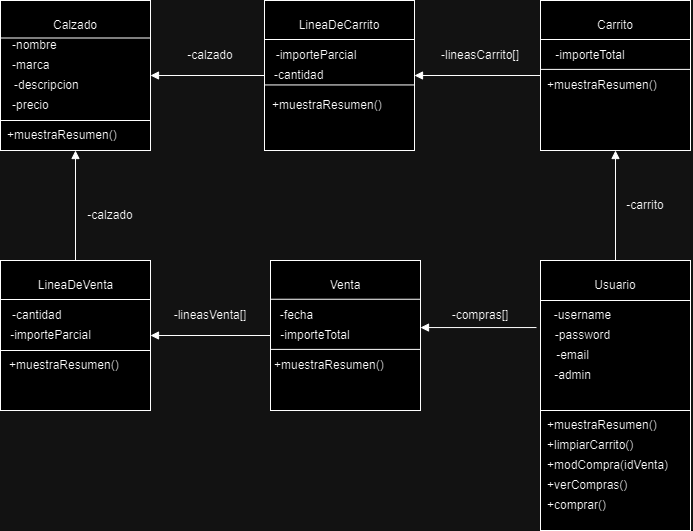
Before: TAD 3.2 UML.drawio.png, a diagram exported from draw.io (Miguesg95/ProyectoTAD3.2). Source tidied: cells renumbered, new cells last; positions are measured from the earlier drawing's top-left corner, leaving out a move shared by most shapes.
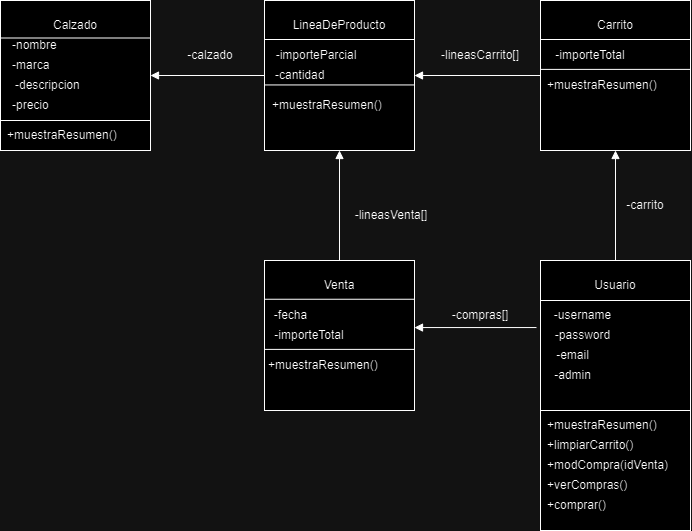
Above is the later version.

What changed in the source:
```diff
@@ -20,7 +20,7 @@
     <mxCell id="7" value="Carrito" style="text;html=1;align=center;verticalAlign=middle;whiteSpace=wrap;rounded=0;" parent="1" vertex="1">
       <mxGeometry x="585" y="10" width="60" height="30" as="geometry" />
     </mxCell>
-    <mxCell id="8" value="LineaDeCarrito" style="text;html=1;align=center;verticalAlign=middle;whiteSpace=wrap;rounded=0;" parent="1" vertex="1">
+    <mxCell id="8" value="LineaDeProducto" style="text;html=1;align=center;verticalAlign=middle;whiteSpace=wrap;rounded=0;" parent="1" vertex="1">
       <mxGeometry x="289" y="10" width="100" height="30" as="geometry" />
     </mxCell>
     <mxCell id="9" style="endArrow=none;html=1;rounded=0;entryX=0;entryY=0.5;entryDx=0;entryDy=0;exitX=1;exitY=0.5;exitDx=0;exitDy=0;startArrow=block;startFill=1;endFill=0;" parent="1" edge="1" source="5" target="6">
@@ -59,37 +59,22 @@
     <mxCell id="18" value="-cantidad" style="text;html=1;align=left;verticalAlign=middle;whiteSpace=wrap;rounded=0;" parent="1" vertex="1">
       <mxGeometry x="272.5" y="60" width="60" height="30" as="geometry" />
     </mxCell>
-    <mxCell id="19" style="whiteSpace=wrap;html=1;" parent="1" vertex="1">
-      <mxGeometry y="260" width="150" height="150" as="geometry" />
-    </mxCell>
     <mxCell id="20" style="whiteSpace=wrap;html=1;" parent="1" vertex="1">
-      <mxGeometry x="270" y="260" width="150" height="150" as="geometry" />
+      <mxGeometry x="264" y="260" width="150" height="150" as="geometry" />
     </mxCell>
     <mxCell id="21" value="Venta" style="text;html=1;align=center;verticalAlign=middle;whiteSpace=wrap;rounded=0;" parent="1" vertex="1">
-      <mxGeometry x="315" y="270" width="60" height="30" as="geometry" />
+      <mxGeometry x="309" y="270" width="60" height="30" as="geometry" />
     </mxCell>
-    <mxCell id="22" value="LineaDeVenta" style="text;html=1;align=center;verticalAlign=middle;whiteSpace=wrap;rounded=0;" parent="1" vertex="1">
-      <mxGeometry x="27.5" y="270" width="95" height="30" as="geometry" />
-    </mxCell>
     <mxCell id="23" style="endArrow=none;html=1;rounded=0;exitX=0;exitY=0.25;exitDx=0;exitDy=0;entryX=1;entryY=0.25;entryDx=0;entryDy=0;" parent="1" edge="1">
       <mxGeometry relative="1" as="geometry">
         <mxPoint x="540" y="300" as="sourcePoint" />
         <mxPoint x="690" y="300" as="targetPoint" />
       </mxGeometry>
     </mxCell>
-    <mxCell id="24" style="endArrow=none;html=1;rounded=0;exitX=0;exitY=0.25;exitDx=0;exitDy=0;entryX=1;entryY=0.25;entryDx=0;entryDy=0;" parent="1" edge="1">
-      <mxGeometry relative="1" as="geometry">
-        <mxPoint y="299" as="sourcePoint" />
-        <mxPoint x="150" y="299" as="targetPoint" />
-      </mxGeometry>
-    </mxCell>
     <mxCell id="25" value="-fecha" style="text;html=1;align=center;verticalAlign=middle;whiteSpace=wrap;rounded=0;" parent="1" vertex="1">
-      <mxGeometry x="264" y="300" width="65" height="30" as="geometry" />
+      <mxGeometry x="258" y="300" width="65" height="30" as="geometry" />
     </mxCell>
-    <mxCell id="26" style="endArrow=block;html=1;rounded=0;exitX=0.5;exitY=0;exitDx=0;exitDy=0;entryX=0.5;entryY=1;entryDx=0;entryDy=0;startArrow=none;startFill=0;endFill=1;" parent="1" edge="1" source="19" target="3">
-      <mxGeometry relative="1" as="geometry" />
-    </mxCell>
-    <mxCell id="27" style="endArrow=block;html=1;rounded=0;entryX=1;entryY=0.5;entryDx=0;entryDy=0;exitX=0;exitY=0.5;exitDx=0;exitDy=0;startArrow=none;startFill=0;endFill=1;" parent="1" edge="1" source="20" target="19">
+    <mxCell id="27" style="endArrow=block;html=1;rounded=0;entryX=0.5;entryY=1;entryDx=0;entryDy=0;exitX=0.5;exitY=0;exitDx=0;exitDy=0;startArrow=none;startFill=0;endFill=1;" parent="1" edge="1" source="20" target="5">
       <mxGeometry relative="1" as="geometry" />
     </mxCell>
     <mxCell id="28" value="-calzado" style="text;html=1;align=center;verticalAlign=middle;whiteSpace=wrap;rounded=0;" parent="1" vertex="1">
@@ -109,12 +94,12 @@
     </mxCell>
     <mxCell id="33" style="endArrow=none;html=1;rounded=0;exitX=0;exitY=0.25;exitDx=0;exitDy=0;entryX=1;entryY=0.25;entryDx=0;entryDy=0;" parent="1" edge="1">
       <mxGeometry relative="1" as="geometry">
-        <mxPoint x="270" y="298.8" as="sourcePoint" />
-        <mxPoint x="420" y="298.8" as="targetPoint" />
+        <mxPoint x="264" y="298.8" as="sourcePoint" />
+        <mxPoint x="414" y="298.8" as="targetPoint" />
       </mxGeometry>
     </mxCell>
     <mxCell id="34" value="-lineasVenta[]" style="text;html=1;align=center;verticalAlign=middle;whiteSpace=wrap;rounded=0;" parent="1" vertex="1">
-      <mxGeometry x="170" y="300" width="80" height="30" as="geometry" />
+      <mxGeometry x="350.5" y="200" width="80" height="30" as="geometry" />
     </mxCell>
     <mxCell id="35" value="-username" style="text;html=1;align=center;verticalAlign=middle;whiteSpace=wrap;rounded=0;" parent="1" vertex="1">
       <mxGeometry x="550" y="300" width="65" height="30" as="geometry" />
@@ -125,9 +110,6 @@
     <mxCell id="37" value="-compras[]" style="text;html=1;align=center;verticalAlign=middle;whiteSpace=wrap;rounded=0;" parent="1" vertex="1">
       <mxGeometry x="450" y="300" width="60" height="30" as="geometry" />
     </mxCell>
-    <mxCell id="38" value="-calzado" style="text;html=1;align=center;verticalAlign=middle;whiteSpace=wrap;rounded=0;" parent="1" vertex="1">
-      <mxGeometry x="80" y="200" width="60" height="30" as="geometry" />
-    </mxCell>
     <mxCell id="39" value="-password" style="text;html=1;align=center;verticalAlign=middle;whiteSpace=wrap;rounded=0;" parent="1" vertex="1">
       <mxGeometry x="550" y="320" width="65" height="30" as="geometry" />
     </mxCell>
@@ -138,30 +120,15 @@
       <mxGeometry x="540" y="360" width="65" height="30" as="geometry" />
     </mxCell>
     <mxCell id="42" value="-importeTotal" style="text;html=1;align=center;verticalAlign=middle;whiteSpace=wrap;rounded=0;" parent="1" vertex="1">
-      <mxGeometry x="270" y="320" width="90" height="30" as="geometry" />
+      <mxGeometry x="264" y="320" width="90" height="30" as="geometry" />
     </mxCell>
-    <mxCell id="43" value="-cantidad" style="text;html=1;align=left;verticalAlign=middle;whiteSpace=wrap;rounded=0;" parent="1" vertex="1">
-      <mxGeometry x="10" y="300" width="65" height="30" as="geometry" />
-    </mxCell>
-    <mxCell id="44" value="-importeParcial" style="text;html=1;align=center;verticalAlign=middle;whiteSpace=wrap;rounded=0;" parent="1" vertex="1">
-      <mxGeometry x="7.5" y="320" width="85" height="30" as="geometry" />
-    </mxCell>
     <mxCell id="45" value="-descripcion" style="text;html=1;align=left;verticalAlign=middle;whiteSpace=wrap;rounded=0;" parent="1" vertex="1">
       <mxGeometry x="12.5" y="70" width="80" height="30" as="geometry" />
     </mxCell>
-    <mxCell id="46" style="endArrow=none;html=1;rounded=0;exitX=0;exitY=0.25;exitDx=0;exitDy=0;entryX=1;entryY=0.25;entryDx=0;entryDy=0;" parent="1" edge="1">
-      <mxGeometry relative="1" as="geometry">
-        <mxPoint y="350" as="sourcePoint" />
-        <mxPoint x="150" y="350" as="targetPoint" />
-      </mxGeometry>
-    </mxCell>
-    <mxCell id="47" value="+muestraResumen()" style="text;html=1;align=left;verticalAlign=middle;whiteSpace=wrap;rounded=0;" parent="1" vertex="1">
-      <mxGeometry x="7.5" y="350" width="85" height="30" as="geometry" />
-    </mxCell>
     <mxCell id="48" style="endArrow=none;html=1;rounded=0;exitX=0;exitY=0.25;exitDx=0;exitDy=0;entryX=1;entryY=0.25;entryDx=0;entryDy=0;" parent="1" edge="1">
       <mxGeometry relative="1" as="geometry">
-        <mxPoint x="270" y="348.9" as="sourcePoint" />
-        <mxPoint x="420" y="348.9" as="targetPoint" />
+        <mxPoint x="264" y="348.9" as="sourcePoint" />
+        <mxPoint x="414" y="348.9" as="targetPoint" />
       </mxGeometry>
     </mxCell>
     <mxCell id="49" style="endArrow=none;html=1;rounded=0;exitX=0;exitY=0.25;exitDx=0;exitDy=0;entryX=1;entryY=0.25;entryDx=0;entryDy=0;" parent="1" edge="1">
@@ -171,7 +138,7 @@
       </mxGeometry>
     </mxCell>
     <mxCell id="50" value="+muestraResumen()" style="text;html=1;align=left;verticalAlign=middle;whiteSpace=wrap;rounded=0;" parent="1" vertex="1">
-      <mxGeometry x="271.5" y="350" width="85" height="30" as="geometry" />
+      <mxGeometry x="265.5" y="350" width="85" height="30" as="geometry" />
     </mxCell>
     <mxCell id="51" value="+muestraResumen()" style="text;html=1;align=left;verticalAlign=middle;whiteSpace=wrap;rounded=0;" parent="1" vertex="1">
       <mxGeometry x="545" y="70" width="85" height="30" as="geometry" />
```
